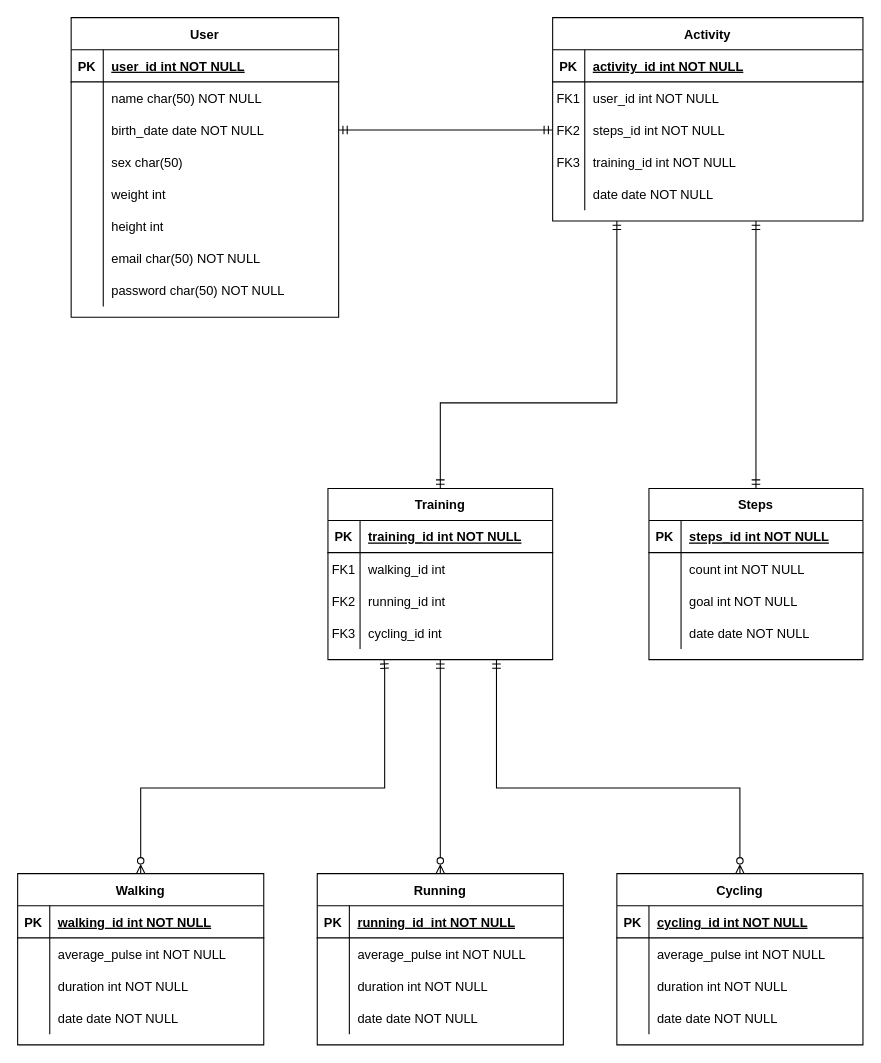
Above: Diagrams/data-base-diagram.drawio in gawlowski-mateusz/Health-Monitor (draw.io), before the change. Source tidied: cells renumbered, new cells numbered last; positions are measured from the earlier drawing's top-left corner, leaving out a move shared by most shapes. Both pictures are drawn from the tidied source at 107%, with x=0, y=0 at pixel (17, 17).
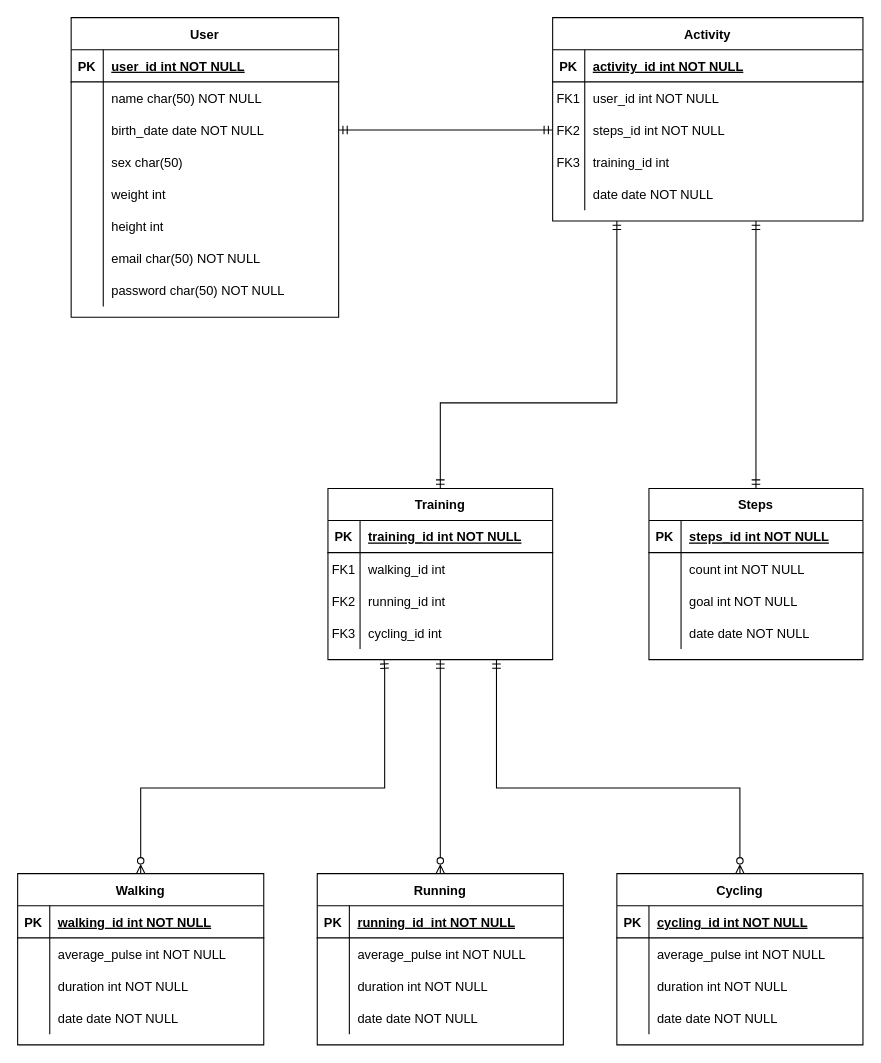
The same page after the edit.

Commit message:
Diagrams : Database model update

Unchanged cells that the change refers to:
```xml
<mxCell id="12" style="shape=partialRectangle;fillColor=none;top=0;left=0;right=0;bottom=0;" parent="2" vertex="1">
  <mxGeometry y="120" width="290" height="30" as="geometry" />
</mxCell>
```

Diff of the diagram source:
```diff
@@
-    <mxCell id="14" value="training_id int NOT NULL" style="shape=partialRectangle;overflow=hidden;fillColor=none;top=0;left=0;bottom=0;right=0;align=left;spacingLeft=6;" parent="12" vertex="1">
+    <mxCell id="14" value="training_id int" style="shape=partialRectangle;overflow=hidden;fillColor=none;top=0;left=0;bottom=0;right=0;align=left;spacingLeft=6;" parent="12" vertex="1">
       <mxGeometry x="30" width="260" height="30" as="geometry" />
     </mxCell>
```
